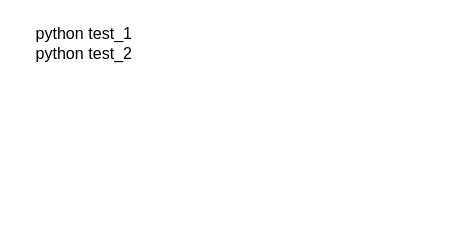
This is test_draw.drawio from ConlinLee/homework-python-github, a draw.io file, before an edit. Source tidied: cells renumbered, new cells numbered last; positions are measured from the earlier drawing's top-left corner, leaving out a move shared by most shapes. Both pictures are drawn from the tidied source at 134%, with x=0, y=0 at pixel (23, 23).
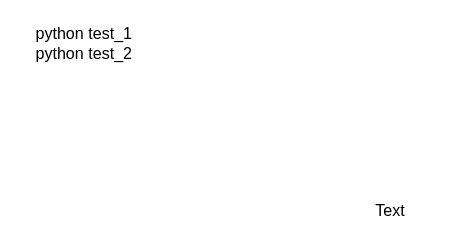
The same diagram, later.

Change to the diagram source:
```diff
@@
 <mxGraphModel>
   <root>
     <mxCell id="0" />
     <mxCell id="1" parent="0" />
     <mxCell id="2" value="python test_1&lt;br&gt;python test_2&lt;br&gt;" style="text;html=1;align=center;verticalAlign=middle;fillColor=none;strokeColor=none;rounded=0;" parent="1" vertex="1">
       <mxGeometry width="90" height="30" as="geometry" />
     </mxCell>
+    <mxCell id="3" value="Text" style="text;html=1;align=left;verticalAlign=top;spacingTop=-4;" parent="1" vertex="1">
+      <mxGeometry x="261" y="130" width="40" height="20" as="geometry" />
+    </mxCell>
   </root>
 </mxGraphModel>
```
